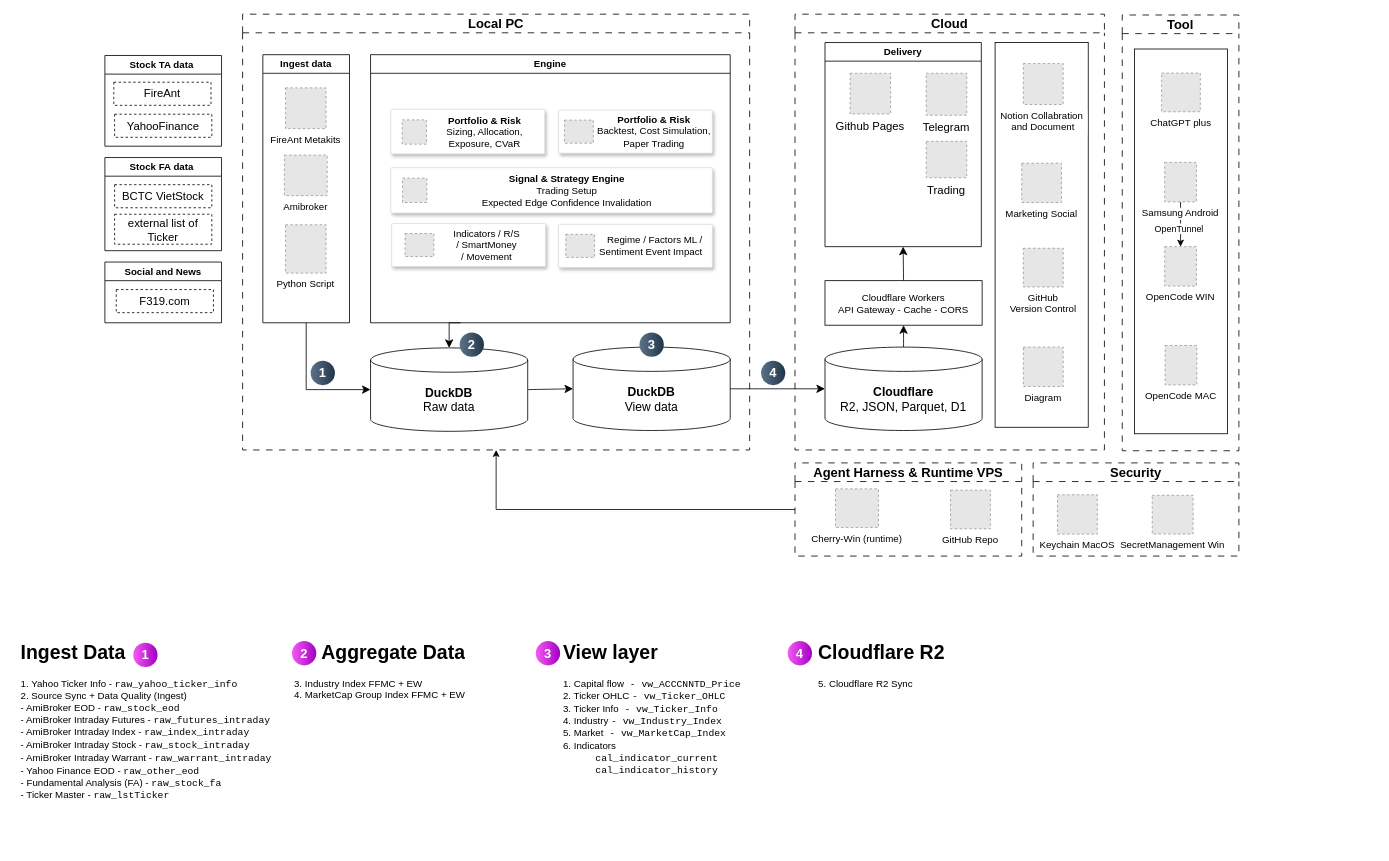
Above: page "Logical Arch" (1 of 3) of docs/architecture/CherryMon Arch.drawio in haithanh8x/CherryStock (draw.io), before the change. Source tidied: cells renumbered, new cells numbered last; positions are measured from the earlier drawing's top-left corner, leaving out a move shared by most shapes. Both pictures are drawn from the tidied source at 81%, with x=0, y=0 at pixel (14, 14). Pictures stored in the file or linked from it are replaced by grey dashed boxes.
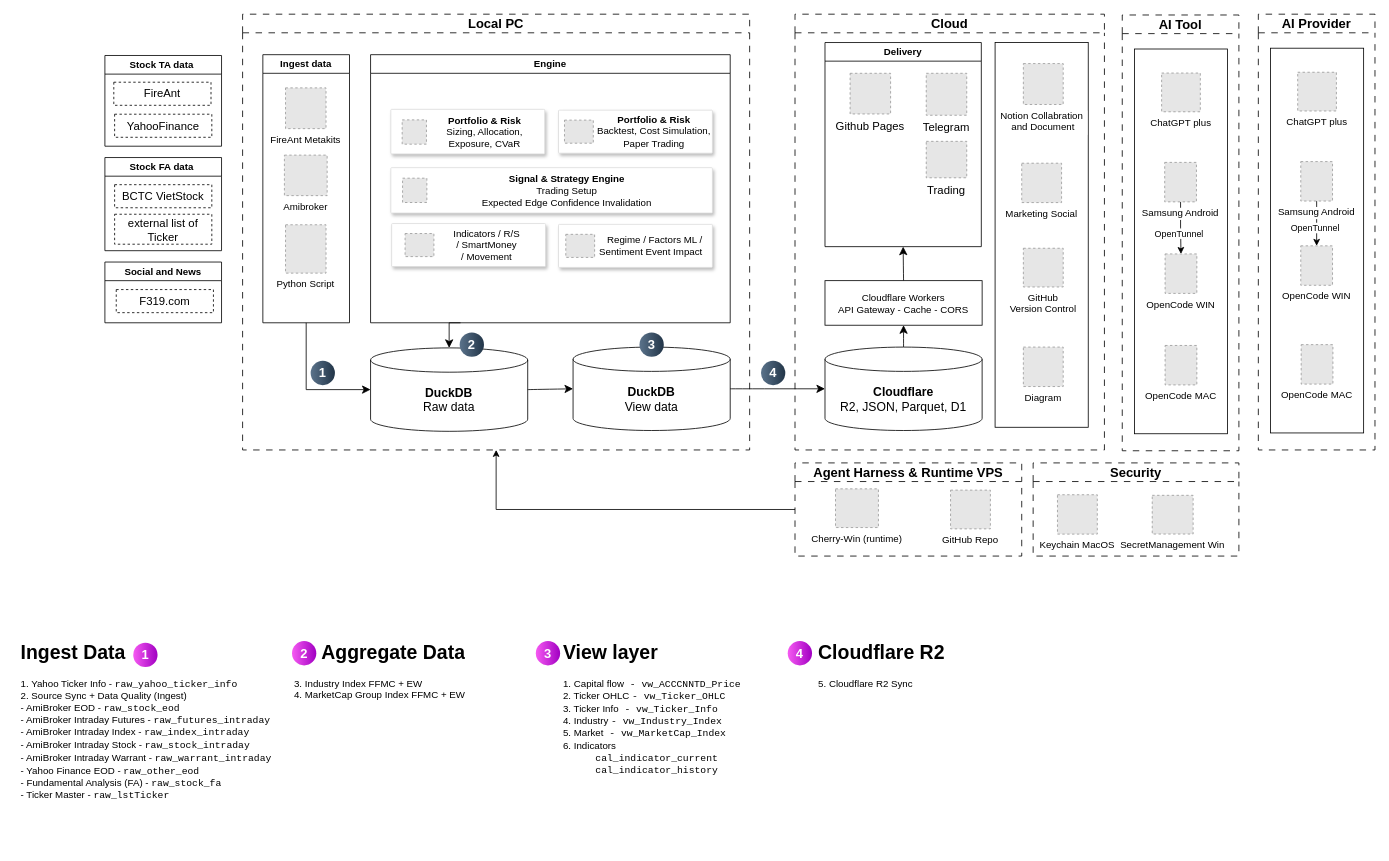
Above is the later version.

The edit, as a diff of the source:
```diff
@@
-    <mxCell id="65" value="&lt;font style=&quot;font-size: 16px;&quot;&gt;Tool&lt;/font&gt;" style="swimlane;whiteSpace=wrap;html=1;dashed=1;dashPattern=8 8;startSize=23;" parent="1" vertex="1">
+    <mxCell id="65" value="&lt;font style=&quot;font-size: 16px;&quot;&gt;AI Tool&lt;/font&gt;" style="swimlane;whiteSpace=wrap;html=1;dashed=1;dashPattern=8 8;startSize=23;" parent="1" vertex="1">
       <mxGeometry x="1368" y="1" width="144" height="538" as="geometry" />
     </mxCell>
@@
     <mxCell id="67" value="OpenCode WIN" style="fillColor=#E6E6E6;strokeColor=#999999;dashed=1;verticalLabelPosition=bottom;labelBackgroundColor=default;verticalAlign=top;" parent="65" vertex="1">
-      <mxGeometry x="52.4" y="286" width="39.2" height="48.7" as="geometry" />
+      <mxGeometry x="52.9" y="295" width="39.2" height="48.7" as="geometry" />
     </mxCell>
@@
+    <mxCell id="80" value="&lt;font style=&quot;font-size: 16px;&quot;&gt;AI Provider&lt;/font&gt;" style="swimlane;whiteSpace=wrap;html=1;dashed=1;dashPattern=8 8;startSize=23;" parent="1" vertex="1">
+      <mxGeometry x="1536" width="144" height="538" as="geometry" />
+    </mxCell>
+    <mxCell id="81" style="rounded=0;whiteSpace=wrap;html=1;" parent="80" vertex="1">
+      <mxGeometry x="15" y="42" width="115" height="475" as="geometry" />
+    </mxCell>
+    <mxCell id="82" value="OpenCode WIN" style="fillColor=#E6E6E6;strokeColor=#999999;dashed=1;verticalLabelPosition=bottom;labelBackgroundColor=default;verticalAlign=top;" parent="80" vertex="1">
+      <mxGeometry x="52.4" y="286" width="39.2" height="48.7" as="geometry" />
+    </mxCell>
+    <mxCell id="83" style="edgeStyle=orthogonalEdgeStyle;rounded=0;jettySize=auto;html=1;exitX=0.5;exitY=1;exitDx=0;exitDy=0;entryX=0.5;entryY=0;entryDx=0;entryDy=0;defaultLabelBackgroundColor=page;" parent="80" edge="1" source="85" target="82">
+      <mxGeometry relative="1" as="geometry" />
+    </mxCell>
+    <mxCell id="84" value="OpenTunnel" style="edgeLabel;html=1;align=center;verticalAlign=middle;inheritText=1;defaultLabelBackgroundColor=page;" parent="83" vertex="1">
+      <mxGeometry x="0.21" y="-3" relative="1" as="geometry" />
+    </mxCell>
+    <mxCell id="85" value="Samsung Android" style="fillColor=#E6E6E6;strokeColor=#999999;dashed=1;verticalLabelPosition=bottom;labelBackgroundColor=default;verticalAlign=top;" parent="80" vertex="1">
+      <mxGeometry x="52.4" y="182" width="39.2" height="48.7" as="geometry" />
+    </mxCell>
+    <mxCell id="86" value="ChatGPT plus" style="fillColor=#E6E6E6;strokeColor=#999999;dashed=1;verticalLabelPosition=bottom;labelBackgroundColor=default;verticalAlign=top;" parent="80" vertex="1">
+      <mxGeometry x="48.6" y="71.7" width="47.8" height="47.8" as="geometry" />
+    </mxCell>
+    <mxCell id="87" value="OpenCode MAC" style="fillColor=#E6E6E6;strokeColor=#999999;dashed=1;verticalLabelPosition=bottom;labelBackgroundColor=default;verticalAlign=top;" parent="80" vertex="1">
+      <mxGeometry x="52.9" y="408" width="39.2" height="48.7" as="geometry" />
+    </mxCell>
```
